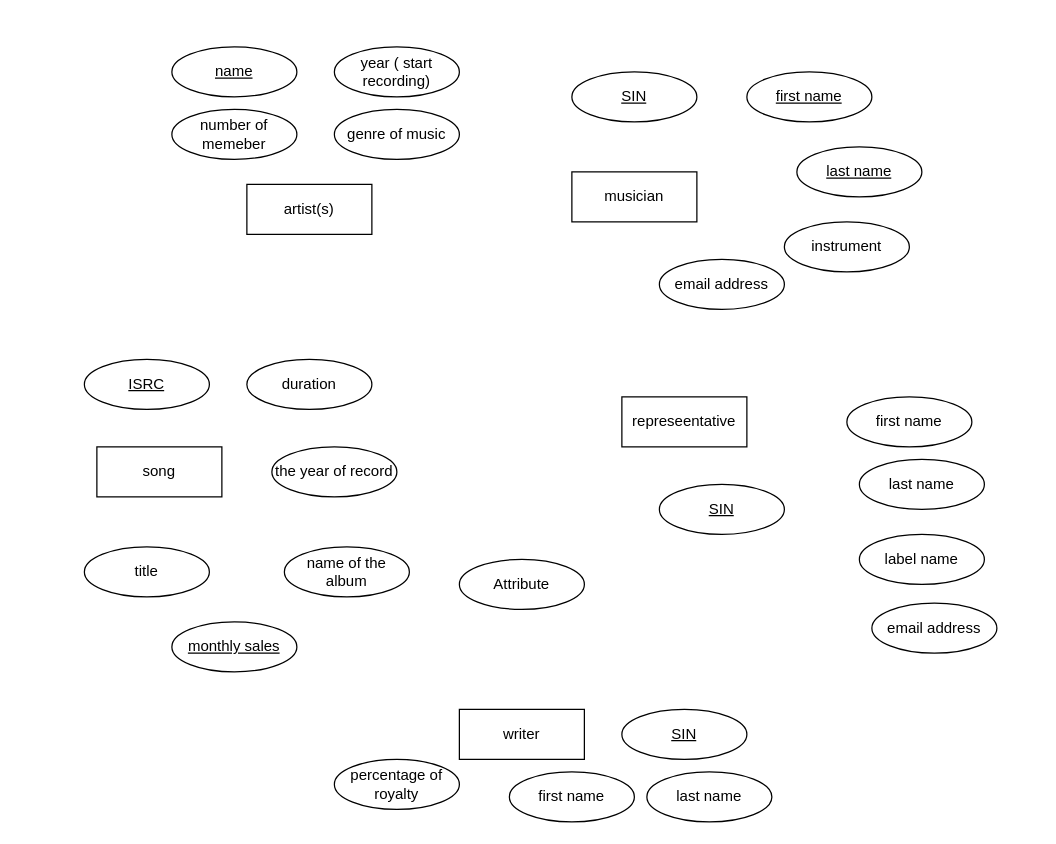
This is Untitled Diagram.drawio from Tuzi06/cmpt354, a draw.io file, before an edit. Source tidied: cells renumbered, new cells numbered last; positions are measured from the earlier drawing's top-left corner, leaving out a move shared by most shapes. Both pictures are drawn from the tidied source at 125%, with x=0, y=0 at pixel (84, 46).
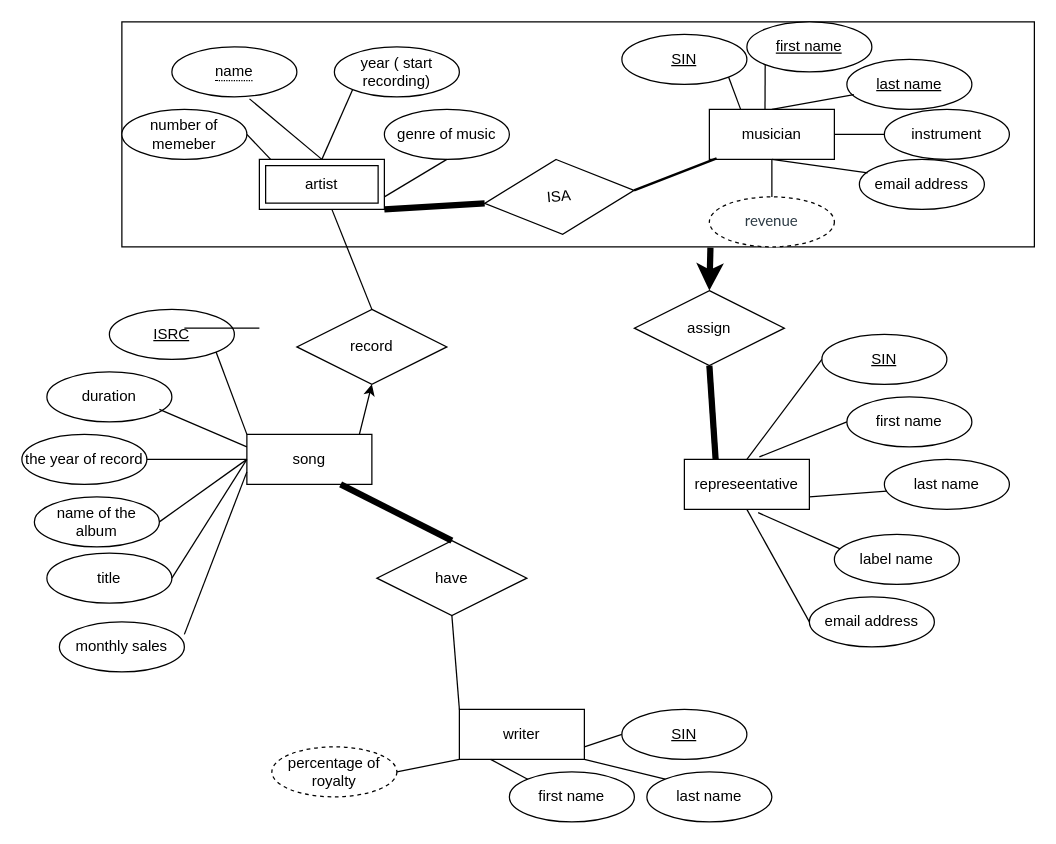
Above is the later version.

The change refers to these unchanged cells:
```xml
<mxCell id="5" value="year ( start recording)" style="ellipse;whiteSpace=wrap;html=1;align=center;" parent="1" vertex="1">
  <mxGeometry x="200" width="100" height="40" as="geometry" />
</mxCell>
<mxCell id="22" value="first name" style="ellipse;whiteSpace=wrap;html=1;align=center;" parent="1" vertex="1">
  <mxGeometry x="610" y="280" width="100" height="40" as="geometry" />
</mxCell>
<mxCell id="27" value="writer" style="whiteSpace=wrap;html=1;align=center;" parent="1" vertex="1">
  <mxGeometry x="300" y="530" width="100" height="40" as="geometry" />
</mxCell>
<mxCell id="28" value="SIN" style="ellipse;whiteSpace=wrap;html=1;align=center;fontStyle=4;" parent="1" vertex="1">
  <mxGeometry x="430" y="530" width="100" height="40" as="geometry" />
</mxCell>
<mxCell id="29" value="first name" style="ellipse;whiteSpace=wrap;html=1;align=center;" parent="1" vertex="1">
  <mxGeometry x="340" y="580" width="100" height="40" as="geometry" />
</mxCell>
<mxCell id="30" value="last name" style="ellipse;whiteSpace=wrap;html=1;align=center;" parent="1" vertex="1">
  <mxGeometry x="450" y="580" width="100" height="40" as="geometry" />
</mxCell>
```

The edit, as a diff of the source:
```diff
@@
-    <mxCell id="2" value="artist(s)" style="whiteSpace=wrap;html=1;align=center;" parent="1" vertex="1">
-      <mxGeometry x="130" y="110" width="100" height="40" as="geometry" />
-    </mxCell>
+    <mxCell id="32" style="rounded=0;whiteSpace=wrap;html=1;fillColor=none;" parent="1" vertex="1">
+      <mxGeometry x="30" y="-20" width="730" height="180" as="geometry" />
+    </mxCell>
     <mxCell id="3" value="song" style="whiteSpace=wrap;html=1;align=center;" parent="1" vertex="1">
-      <mxGeometry x="10" y="320" width="100" height="40" as="geometry" />
+      <mxGeometry x="130" y="310" width="100" height="40" as="geometry" />
     </mxCell>
     <mxCell id="4" value="musician" style="whiteSpace=wrap;html=1;align=center;" parent="1" vertex="1">
-      <mxGeometry x="390" y="100" width="100" height="40" as="geometry" />
+      <mxGeometry x="500" y="50" width="100" height="40" as="geometry" />
     </mxCell>
@@
     <mxCell id="6" value="number of memeber" style="ellipse;whiteSpace=wrap;html=1;align=center;" parent="1" vertex="1">
-      <mxGeometry x="70" y="50" width="100" height="40" as="geometry" />
+      <mxGeometry x="30" y="50" width="100" height="40" as="geometry" />
     </mxCell>
     <mxCell id="7" value="genre of music" style="ellipse;whiteSpace=wrap;html=1;align=center;" parent="1" vertex="1">
-      <mxGeometry x="200" y="50" width="100" height="40" as="geometry" />
+      <mxGeometry x="240" y="50" width="100" height="40" as="geometry" />
     </mxCell>
-    <mxCell id="8" value="name" style="ellipse;whiteSpace=wrap;html=1;align=center;fontStyle=4;" parent="1" vertex="1">
-      <mxGeometry x="70" width="100" height="40" as="geometry" />
-    </mxCell>
     <mxCell id="9" value="SIN" style="ellipse;whiteSpace=wrap;html=1;align=center;fontStyle=4;" parent="1" vertex="1">
-      <mxGeometry x="390" y="20" width="100" height="40" as="geometry" />
+      <mxGeometry x="430" y="-10" width="100" height="40" as="geometry" />
     </mxCell>
     <mxCell id="10" value="first name" style="ellipse;whiteSpace=wrap;html=1;align=center;fontStyle=4;" parent="1" vertex="1">
-      <mxGeometry x="530" y="20" width="100" height="40" as="geometry" />
+      <mxGeometry x="530" y="-20" width="100" height="40" as="geometry" />
     </mxCell>
     <mxCell id="11" value="last name" style="ellipse;whiteSpace=wrap;html=1;align=center;fontStyle=4;" parent="1" vertex="1">
-      <mxGeometry x="570" y="80" width="100" height="40" as="geometry" />
+      <mxGeometry x="610" y="10" width="100" height="40" as="geometry" />
     </mxCell>
     <mxCell id="12" value="instrument" style="ellipse;whiteSpace=wrap;html=1;align=center;" parent="1" vertex="1">
-      <mxGeometry x="560" y="140" width="100" height="40" as="geometry" />
+      <mxGeometry x="640" y="50" width="100" height="40" as="geometry" />
     </mxCell>
     <mxCell id="13" value="email address" style="ellipse;whiteSpace=wrap;html=1;align=center;" parent="1" vertex="1">
-      <mxGeometry x="460" y="170" width="100" height="40" as="geometry" />
+      <mxGeometry x="620" y="90" width="100" height="40" as="geometry" />
     </mxCell>
     <mxCell id="14" value="title" style="ellipse;whiteSpace=wrap;html=1;align=center;" parent="1" vertex="1">
-      <mxGeometry y="400" width="100" height="40" as="geometry" />
+      <mxGeometry x="-30" y="405" width="100" height="40" as="geometry" />
     </mxCell>
     <mxCell id="15" value="ISRC" style="ellipse;whiteSpace=wrap;html=1;align=center;fontStyle=4;" parent="1" vertex="1">
-      <mxGeometry y="250" width="100" height="40" as="geometry" />
+      <mxGeometry x="20" y="210" width="100" height="40" as="geometry" />
     </mxCell>
     <mxCell id="16" value="duration" style="ellipse;whiteSpace=wrap;html=1;align=center;" parent="1" vertex="1">
-      <mxGeometry x="130" y="250" width="100" height="40" as="geometry" />
+      <mxGeometry x="-30" y="260" width="100" height="40" as="geometry" />
     </mxCell>
     <mxCell id="17" value="the year of record" style="ellipse;whiteSpace=wrap;html=1;align=center;" parent="1" vertex="1">
-      <mxGeometry x="150" y="320" width="100" height="40" as="geometry" />
+      <mxGeometry x="-50" y="310" width="100" height="40" as="geometry" />
     </mxCell>
     <mxCell id="18" value="name of the album" style="ellipse;whiteSpace=wrap;html=1;align=center;" parent="1" vertex="1">
-      <mxGeometry x="160" y="400" width="100" height="40" as="geometry" />
+      <mxGeometry x="-40" y="360" width="100" height="40" as="geometry" />
     </mxCell>
-    <mxCell id="19" value="monthly sales" style="ellipse;whiteSpace=wrap;html=1;align=center;fontStyle=4;" parent="1" vertex="1">
-      <mxGeometry x="70" y="460" width="100" height="40" as="geometry" />
-    </mxCell>
     <mxCell id="20" value="represeentative" style="whiteSpace=wrap;html=1;align=center;" parent="1" vertex="1">
-      <mxGeometry x="430" y="280" width="100" height="40" as="geometry" />
+      <mxGeometry x="480" y="330" width="100" height="40" as="geometry" />
     </mxCell>
     <mxCell id="21" value="SIN" style="ellipse;whiteSpace=wrap;html=1;align=center;fontStyle=4;" parent="1" vertex="1">
-      <mxGeometry x="460" y="350" width="100" height="40" as="geometry" />
+      <mxGeometry x="590" y="230" width="100" height="40" as="geometry" />
     </mxCell>
@@
-    <mxCell id="23" value="Attribute" style="ellipse;whiteSpace=wrap;html=1;align=center;" parent="1" vertex="1">
-      <mxGeometry x="300" y="410" width="100" height="40" as="geometry" />
-    </mxCell>
     <mxCell id="24" value="last name" style="ellipse;whiteSpace=wrap;html=1;align=center;" parent="1" vertex="1">
-      <mxGeometry x="620" y="330" width="100" height="40" as="geometry" />
+      <mxGeometry x="640" y="330" width="100" height="40" as="geometry" />
     </mxCell>
     <mxCell id="25" value="label name" style="ellipse;whiteSpace=wrap;html=1;align=center;" parent="1" vertex="1">
-      <mxGeometry x="620" y="390" width="100" height="40" as="geometry" />
+      <mxGeometry x="600" y="390" width="100" height="40" as="geometry" />
     </mxCell>
     <mxCell id="26" value="email address" style="ellipse;whiteSpace=wrap;html=1;align=center;" parent="1" vertex="1">
-      <mxGeometry x="630" y="445" width="100" height="40" as="geometry" />
+      <mxGeometry x="580" y="440" width="100" height="40" as="geometry" />
     </mxCell>
@@
+    <mxCell id="33" style="edgeStyle=orthogonalEdgeStyle;rounded=0;orthogonalLoop=1;jettySize=auto;html=1;exitX=0.5;exitY=1;exitDx=0;exitDy=0;" parent="1" edge="1" source="17" target="17">
+      <mxGeometry relative="1" as="geometry" />
+    </mxCell>
+    <mxCell id="34" style="endArrow=none;html=1;rounded=0;entryX=0;entryY=0.5;entryDx=0;entryDy=0;exitX=0.5;exitY=0;exitDx=0;exitDy=0;" parent="1" edge="1" source="20" target="21">
+      <mxGeometry relative="1" as="geometry" />
+    </mxCell>
+    <mxCell id="35" style="endArrow=none;html=1;rounded=0;entryX=0;entryY=0.5;entryDx=0;entryDy=0;exitX=0.6;exitY=-0.05;exitDx=0;exitDy=0;exitPerimeter=0;" parent="1" edge="1" source="20" target="22">
+      <mxGeometry relative="1" as="geometry" />
+    </mxCell>
+    <mxCell id="36" style="endArrow=none;html=1;rounded=0;exitX=1;exitY=0.75;exitDx=0;exitDy=0;entryX=0.018;entryY=0.634;entryDx=0;entryDy=0;entryPerimeter=0;" parent="1" edge="1" source="20" target="24">
+      <mxGeometry relative="1" as="geometry" />
+    </mxCell>
+    <mxCell id="37" style="endArrow=none;html=1;rounded=0;exitX=0.5;exitY=0;exitDx=0;exitDy=0;entryX=0.056;entryY=0.703;entryDx=0;entryDy=0;entryPerimeter=0;" parent="1" edge="1" source="4" target="11">
+      <mxGeometry relative="1" as="geometry" />
+    </mxCell>
+    <mxCell id="38" style="endArrow=none;html=1;rounded=0;exitX=0.5;exitY=1;exitDx=0;exitDy=0;entryX=0.066;entryY=0.272;entryDx=0;entryDy=0;entryPerimeter=0;" parent="1" edge="1" source="4" target="13">
+      <mxGeometry relative="1" as="geometry" />
+    </mxCell>
+    <mxCell id="39" style="endArrow=none;html=1;rounded=0;exitX=0.045;exitY=0.29;exitDx=0;exitDy=0;exitPerimeter=0;entryX=0.59;entryY=1.066;entryDx=0;entryDy=0;entryPerimeter=0;" parent="1" edge="1" source="25" target="20">
+      <mxGeometry relative="1" as="geometry" />
+    </mxCell>
+    <mxCell id="40" style="endArrow=none;html=1;rounded=0;entryX=0.5;entryY=1;entryDx=0;entryDy=0;exitX=0;exitY=0.5;exitDx=0;exitDy=0;" parent="1" edge="1" source="26" target="20">
+      <mxGeometry relative="1" as="geometry" />
+    </mxCell>
+    <mxCell id="41" style="endArrow=none;html=1;rounded=0;entryX=0;entryY=0.5;entryDx=0;entryDy=0;exitX=1;exitY=0.5;exitDx=0;exitDy=0;" parent="1" edge="1" source="4" target="12">
+      <mxGeometry relative="1" as="geometry" />
+    </mxCell>
+    <mxCell id="42" style="endArrow=none;html=1;rounded=0;exitX=0;exitY=1;exitDx=0;exitDy=0;entryX=0.445;entryY=0.014;entryDx=0;entryDy=0;entryPerimeter=0;" parent="1" edge="1" source="10" target="4">
+      <mxGeometry relative="1" as="geometry" />
+    </mxCell>
+    <mxCell id="43" style="endArrow=none;html=1;rounded=0;entryX=0.25;entryY=0;entryDx=0;entryDy=0;exitX=1;exitY=1;exitDx=0;exitDy=0;" parent="1" edge="1" source="9" target="4">
+      <mxGeometry relative="1" as="geometry" />
+    </mxCell>
+    <mxCell id="44" style="endArrow=none;html=1;rounded=0;entryX=0.09;entryY=0;entryDx=0;entryDy=0;entryPerimeter=0;exitX=1;exitY=0.5;exitDx=0;exitDy=0;" parent="1" edge="1" source="6" target="57">
+      <mxGeometry relative="1" as="geometry" />
+    </mxCell>
+    <mxCell id="45" style="endArrow=none;html=1;rounded=0;entryX=0.5;entryY=0;entryDx=0;entryDy=0;exitX=0.621;exitY=1.04;exitDx=0;exitDy=0;exitPerimeter=0;" parent="1" edge="1" source="8" target="57">
+      <mxGeometry relative="1" as="geometry" />
+    </mxCell>
+    <mxCell id="46" style="endArrow=none;html=1;rounded=0;entryX=0.5;entryY=0;entryDx=0;entryDy=0;exitX=0;exitY=1;exitDx=0;exitDy=0;" parent="1" edge="1" source="5" target="57">
+      <mxGeometry relative="1" as="geometry" />
+    </mxCell>
+    <mxCell id="47" style="endArrow=none;html=1;rounded=0;entryX=0.5;entryY=1;entryDx=0;entryDy=0;exitX=1;exitY=0.75;exitDx=0;exitDy=0;" parent="1" edge="1" source="57" target="7">
+      <mxGeometry relative="1" as="geometry" />
+    </mxCell>
+    <mxCell id="48" style="endArrow=none;html=1;rounded=0;entryX=0;entryY=0;entryDx=0;entryDy=0;exitX=1;exitY=1;exitDx=0;exitDy=0;" parent="1" edge="1" source="15" target="3">
+      <mxGeometry relative="1" as="geometry" />
+    </mxCell>
+    <mxCell id="49" style="endArrow=none;html=1;rounded=0;entryX=0;entryY=0.25;entryDx=0;entryDy=0;" parent="1" edge="1" target="3">
+      <mxGeometry relative="1" as="geometry">
+        <mxPoint x="60" y="290" as="sourcePoint" />
+      </mxGeometry>
+    </mxCell>
+    <mxCell id="50" style="endArrow=none;html=1;rounded=0;exitX=1;exitY=0.5;exitDx=0;exitDy=0;" parent="1" edge="1" source="17">
+      <mxGeometry relative="1" as="geometry">
+        <mxPoint x="130" y="330" as="targetPoint" />
+      </mxGeometry>
+    </mxCell>
+    <mxCell id="51" style="endArrow=none;html=1;rounded=0;exitX=1;exitY=0.5;exitDx=0;exitDy=0;entryX=0;entryY=0.5;entryDx=0;entryDy=0;" parent="1" edge="1" source="18" target="3">
+      <mxGeometry relative="1" as="geometry" />
+    </mxCell>
+    <mxCell id="52" style="endArrow=none;html=1;rounded=0;exitX=1;exitY=0.5;exitDx=0;exitDy=0;entryX=0;entryY=0.5;entryDx=0;entryDy=0;" parent="1" edge="1" source="14" target="3">
+      <mxGeometry relative="1" as="geometry" />
+    </mxCell>
+    <mxCell id="53" style="endArrow=none;html=1;rounded=0;exitX=1;exitY=0.5;exitDx=0;exitDy=0;entryX=0;entryY=1;entryDx=0;entryDy=0;" parent="1" edge="1" source="31" target="27">
+      <mxGeometry relative="1" as="geometry" />
+    </mxCell>
+    <mxCell id="54" style="endArrow=none;html=1;rounded=0;exitX=0;exitY=0;exitDx=0;exitDy=0;entryX=0.25;entryY=1;entryDx=0;entryDy=0;" parent="1" edge="1" source="29" target="27">
+      <mxGeometry relative="1" as="geometry" />
+    </mxCell>
+    <mxCell id="55" style="endArrow=none;html=1;rounded=0;entryX=0;entryY=0.5;entryDx=0;entryDy=0;exitX=1;exitY=0.75;exitDx=0;exitDy=0;" parent="1" edge="1" source="27" target="28">
+      <mxGeometry relative="1" as="geometry" />
+    </mxCell>
+    <mxCell id="56" style="endArrow=none;html=1;rounded=0;entryX=0;entryY=0;entryDx=0;entryDy=0;exitX=1;exitY=1;exitDx=0;exitDy=0;" parent="1" edge="1" source="27" target="30">
+      <mxGeometry relative="1" as="geometry" />
+    </mxCell>
+    <mxCell id="57" value="artist" style="shape=ext;margin=3;double=1;whiteSpace=wrap;html=1;align=center;" parent="1" vertex="1">
+      <mxGeometry x="140" y="90" width="100" height="40" as="geometry" />
+    </mxCell>
+    <mxCell id="8" value="&lt;span style=&quot;border-bottom: 1px dotted&quot;&gt;name&lt;br&gt;&lt;/span&gt;" style="ellipse;whiteSpace=wrap;html=1;align=center;" parent="1" vertex="1">
+      <mxGeometry x="70" width="100" height="40" as="geometry" />
+    </mxCell>
+    <mxCell id="58" value="&lt;span style=&quot;color: rgb(45 , 59 , 69) ; font-family: &amp;#34;lato extended&amp;#34; , &amp;#34;lato&amp;#34; , &amp;#34;helvetica neue&amp;#34; , &amp;#34;helvetica&amp;#34; , &amp;#34;arial&amp;#34; , sans-serif ; background-color: rgb(255 , 255 , 255)&quot;&gt;revenue&lt;/span&gt;" style="ellipse;whiteSpace=wrap;html=1;align=center;dashed=1;" parent="1" vertex="1">
+      <mxGeometry x="500" y="120" width="100" height="40" as="geometry" />
+    </mxCell>
+    <mxCell id="59" style="endArrow=none;html=1;rounded=0;entryX=0.5;entryY=0;entryDx=0;entryDy=0;exitX=0.5;exitY=1;exitDx=0;exitDy=0;" parent="1" edge="1" source="4" target="58">
+      <mxGeometry relative="1" as="geometry" />
+    </mxCell>
-    <mxCell id="31" value="percentage of royalty" style="ellipse;whiteSpace=wrap;html=1;align=center;" parent="1" vertex="1">
-      <mxGeometry x="200" y="570" width="100" height="40" as="geometry" />
+    <mxCell id="31" value="percentage of royalty" style="ellipse;whiteSpace=wrap;html=1;align=center;dashed=1;" parent="1" vertex="1">
+      <mxGeometry x="150" y="560" width="100" height="40" as="geometry" />
     </mxCell>
+    <mxCell id="60" value="have" style="shape=rhombus;perimeter=rhombusPerimeter;whiteSpace=wrap;html=1;align=center;" parent="1" vertex="1">
+      <mxGeometry x="234" y="395" width="120" height="60" as="geometry" />
+    </mxCell>
+    <mxCell id="61" style="endArrow=none;html=1;entryX=0;entryY=0;entryDx=0;entryDy=0;exitX=0.5;exitY=1;exitDx=0;exitDy=0;" parent="1" edge="1" source="60" target="27">
+      <mxGeometry relative="1" as="geometry" />
+    </mxCell>
+    <mxCell id="62" style="endArrow=none;html=1;entryX=0.75;entryY=1;entryDx=0;entryDy=0;exitX=0.5;exitY=0;exitDx=0;exitDy=0;strokeWidth=5;" parent="1" edge="1" source="60" target="3">
+      <mxGeometry relative="1" as="geometry" />
+    </mxCell>
+    <mxCell id="63" value="ISA" style="shape=rhombus;perimeter=rhombusPerimeter;whiteSpace=wrap;html=1;align=center;rotation=-5;rounded=0;sketch=0;shadow=0;" parent="1" vertex="1">
+      <mxGeometry x="320" y="90" width="120" height="60" as="geometry" />
+    </mxCell>
+    <mxCell id="64" style="endArrow=none;html=1;strokeWidth=5;entryX=0;entryY=0.5;entryDx=0;entryDy=0;exitX=1;exitY=1;exitDx=0;exitDy=0;" parent="1" edge="1" source="57" target="63">
+      <mxGeometry relative="1" as="geometry" />
+    </mxCell>
+    <mxCell id="65" style="endArrow=none;html=1;strokeWidth=2;entryX=0.058;entryY=0.979;entryDx=0;entryDy=0;entryPerimeter=0;exitX=1;exitY=0.5;exitDx=0;exitDy=0;" parent="1" edge="1" source="63" target="4">
+      <mxGeometry relative="1" as="geometry" />
+    </mxCell>
+    <mxCell id="66" value="record" style="shape=rhombus;perimeter=rhombusPerimeter;whiteSpace=wrap;html=1;align=center;fillColor=none;" parent="1" vertex="1">
+      <mxGeometry x="170" y="210" width="120" height="60" as="geometry" />
+    </mxCell>
+    <mxCell id="67" style="endArrow=classic;html=1;strokeWidth=1;entryX=0.5;entryY=1;entryDx=0;entryDy=0;" parent="1" edge="1" target="66">
+      <mxGeometry relative="1" as="geometry">
+        <mxPoint x="220" y="310" as="sourcePoint" />
+      </mxGeometry>
+    </mxCell>
+    <mxCell id="68" style="endArrow=none;html=1;strokeWidth=1;entryX=0.5;entryY=0;entryDx=0;entryDy=0;" parent="1" edge="1" source="57" target="66">
+      <mxGeometry relative="1" as="geometry" />
+    </mxCell>
+    <mxCell id="19" value="monthly sales" style="ellipse;whiteSpace=wrap;html=1;align=center;rounded=0;shadow=0;sketch=0;fillColor=none;" parent="1" vertex="1">
+      <mxGeometry x="-20" y="460" width="100" height="40" as="geometry" />
+    </mxCell>
+    <mxCell id="69" style="endArrow=none;html=1;rounded=0;strokeWidth=1;entryX=1;entryY=0.25;entryDx=0;entryDy=0;entryPerimeter=0;exitX=0;exitY=0.75;exitDx=0;exitDy=0;" parent="1" edge="1" source="3" target="19">
+      <mxGeometry relative="1" as="geometry" />
+    </mxCell>
+    <mxCell id="70" style="line;strokeWidth=1;dashed=0;labelPosition=right;align=left;verticalAlign=middle;spacingTop=0;spacingLeft=6;rounded=0;shadow=0;sketch=0;fillColor=none;" parent="1" vertex="1">
+      <mxGeometry x="80" y="220" width="60" height="10" as="geometry" />
+    </mxCell>
+    <mxCell id="71" value="assign" style="shape=rhombus;perimeter=rhombusPerimeter;whiteSpace=wrap;html=1;align=center;rounded=0;shadow=0;sketch=0;fillColor=none;" parent="1" vertex="1">
+      <mxGeometry x="440" y="195" width="120" height="60" as="geometry" />
+    </mxCell>
+    <mxCell id="72" style="endArrow=none;html=1;strokeWidth=5;entryX=0.5;entryY=1;entryDx=0;entryDy=0;exitX=0.25;exitY=0;exitDx=0;exitDy=0;" parent="1" edge="1" source="20" target="71">
+      <mxGeometry relative="1" as="geometry" />
+    </mxCell>
+    <mxCell id="73" style="endArrow=classic;html=1;strokeWidth=5;exitX=0.645;exitY=1.003;exitDx=0;exitDy=0;exitPerimeter=0;entryX=0.5;entryY=0;entryDx=0;entryDy=0;" parent="1" edge="1" source="32" target="71">
+      <mxGeometry relative="1" as="geometry" />
+    </mxCell>
```
